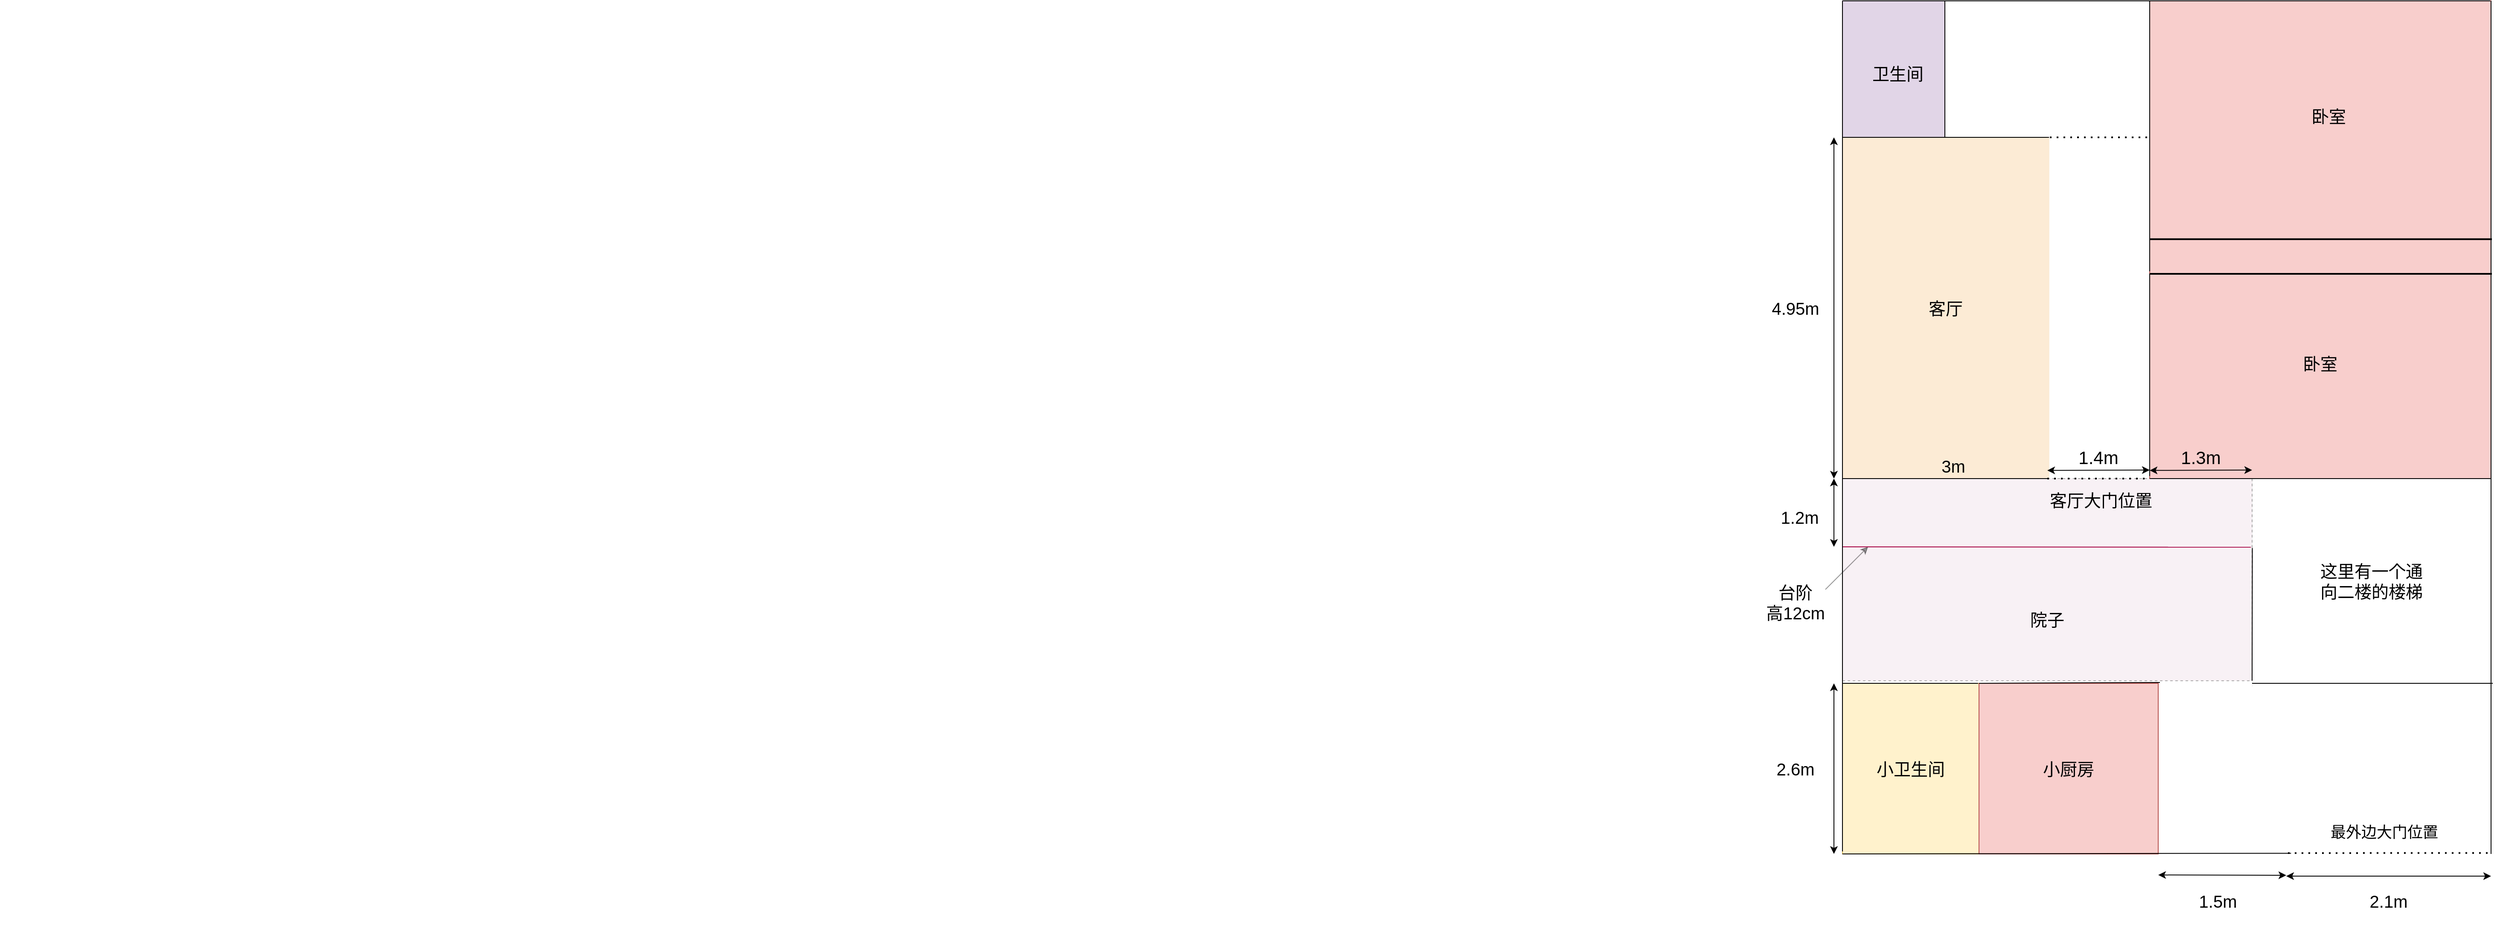
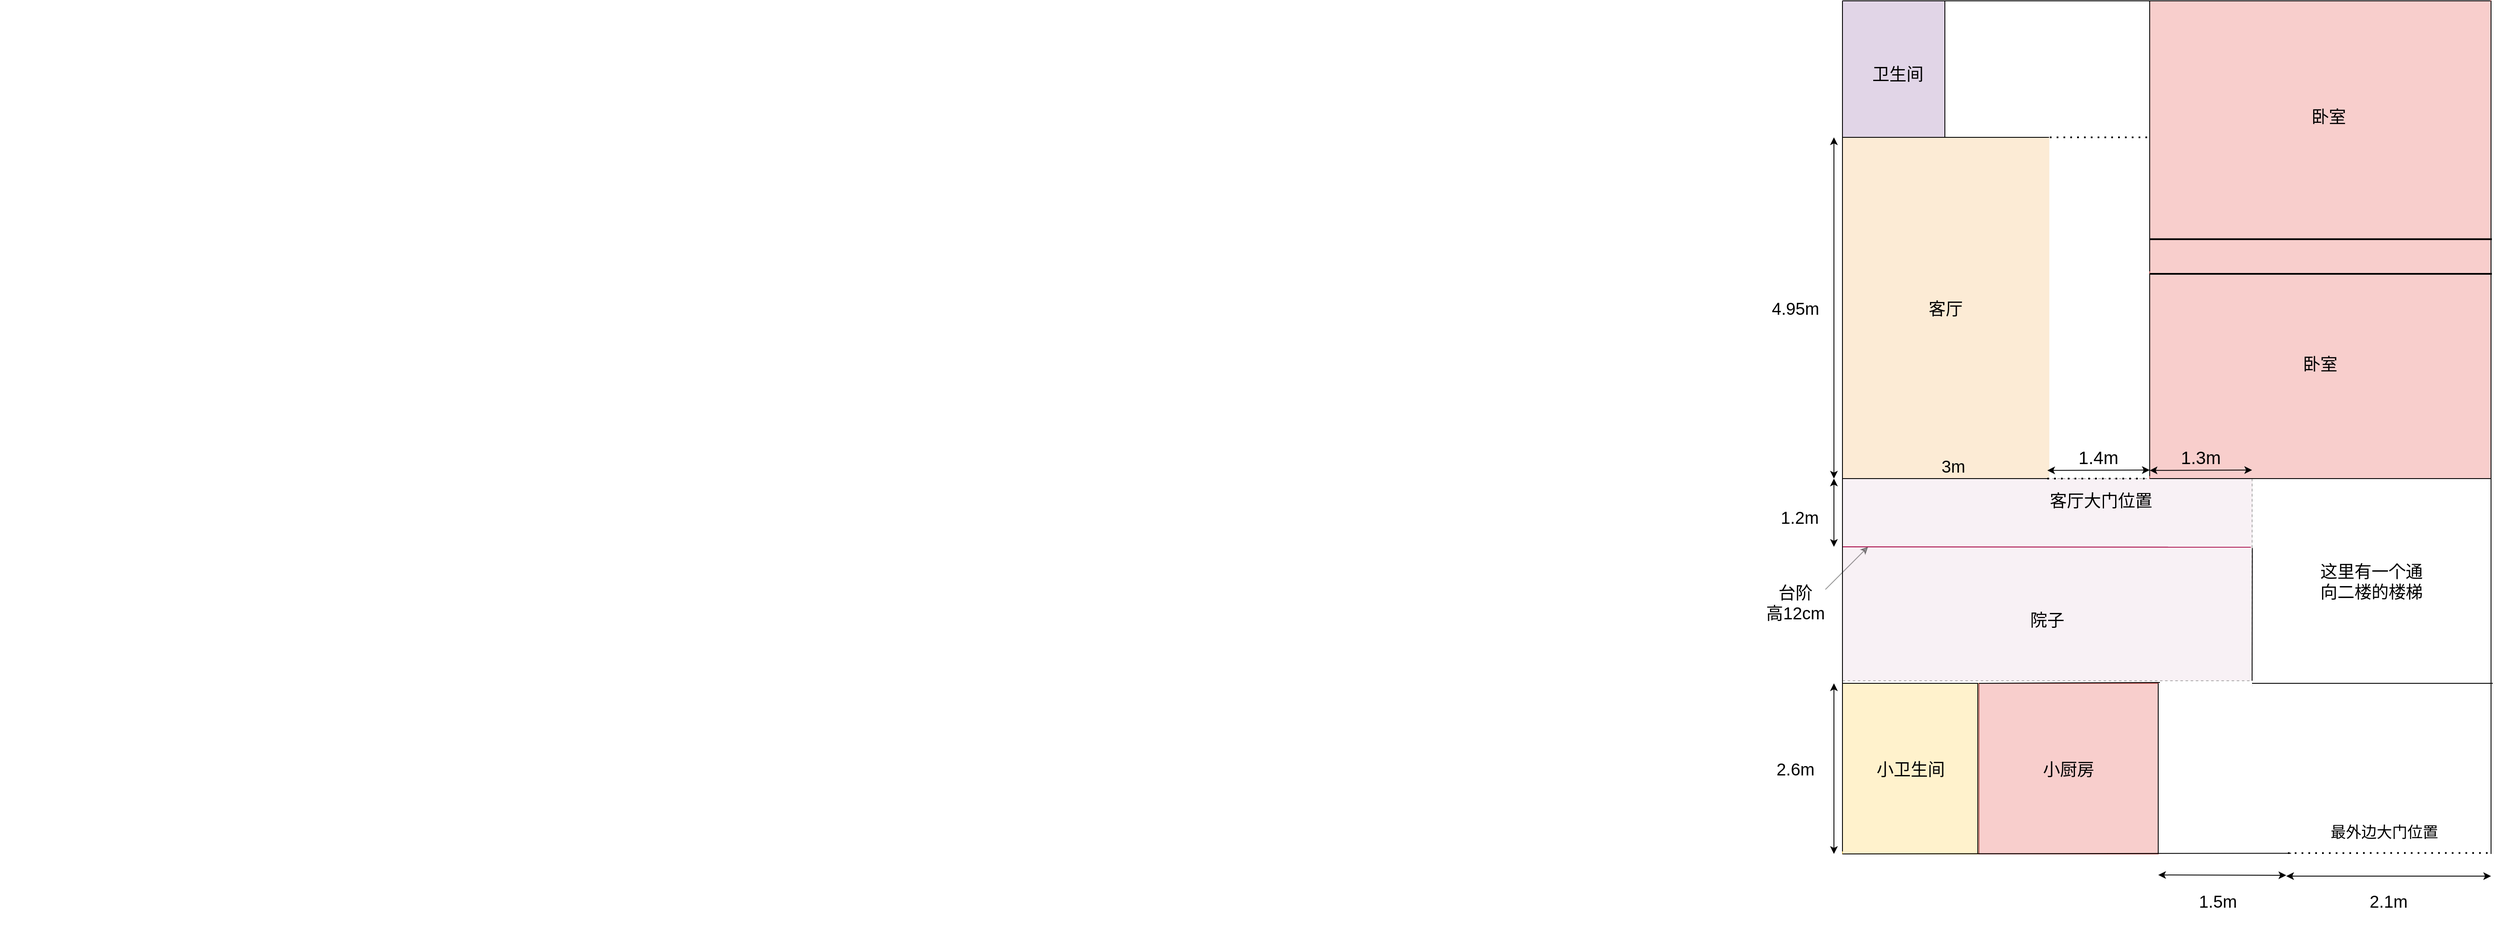
<mxfile host="app.diagrams.net">
  <diagram name="第 1 页" id="wZIuyqcNDYoyF_n4KTNo">
-     <mxGraphModel dx="5391" dy="1217" grid="1" gridSize="10" guides="1" tooltips="1" connect="1" arrows="1" fold="1" page="0" pageScale="1" pageWidth="827" pageHeight="1169" math="0" shadow="0">
+     <mxGraphModel dx="5391" dy="1217" grid="0" gridSize="10" guides="1" tooltips="1" connect="1" arrows="1" fold="1" page="0" pageScale="1" pageWidth="827" pageHeight="1169" math="0" shadow="0">
      <root>
        <mxCell id="0" />
        <mxCell id="1" parent="0" />
        <mxCell id="B6cJezgEDmUqJ-jPERdG-46" parent="1" style="rounded=0;whiteSpace=wrap;html=1;fillColor=#E6D0DE;opacity=30;dashed=1;" value="" vertex="1">
          <mxGeometry height="237" width="480" x="-712" y="593" as="geometry" />
        </mxCell>
        <mxCell id="B6cJezgEDmUqJ-jPERdG-32" parent="1" style="rounded=0;whiteSpace=wrap;html=1;fillColor=#f8cecc;strokeColor=#b85450;" value="" vertex="1">
          <mxGeometry height="560" width="400" x="-352" y="33" as="geometry" />
        </mxCell>
        <mxCell id="B6cJezgEDmUqJ-jPERdG-1" parent="1" style="whiteSpace=wrap;html=1;aspect=fixed;strokeColor=#A50040;opacity=0;fillColor=#d80073;fontColor=#ffffff;" value="" vertex="1">
          <mxGeometry height="1033" width="1033" x="-2870" y="90" as="geometry" />
        </mxCell>
        <mxCell id="B6cJezgEDmUqJ-jPERdG-2" parent="1" style="rounded=0;whiteSpace=wrap;html=1;fillColor=#dae8fc;strokeColor=#6c8ebf;opacity=0;" value="" vertex="1">
          <mxGeometry height="200" width="388" x="-340" y="833" as="geometry" />
        </mxCell>
        <mxCell id="B6cJezgEDmUqJ-jPERdG-4" parent="1" style="rounded=0;whiteSpace=wrap;html=1;fillColor=#fff2cc;strokeColor=#d6b656;" value="&lt;font style=&quot;font-size: 20px;&quot;&gt;小卫生间&lt;/font&gt;" vertex="1">
          <mxGeometry height="200" width="160" x="-712" y="833" as="geometry" />
        </mxCell>
        <mxCell id="B6cJezgEDmUqJ-jPERdG-5" parent="1" style="rounded=0;whiteSpace=wrap;html=1;fillColor=#f8cecc;strokeColor=#b85450;" value="" vertex="1">
          <mxGeometry height="200" width="210" x="-552" y="833" as="geometry" />
        </mxCell>
        <mxCell id="B6cJezgEDmUqJ-jPERdG-6" parent="1" style="text;html=1;whiteSpace=wrap;strokeColor=none;fillColor=none;align=center;verticalAlign=middle;rounded=0;" value="&lt;font style=&quot;font-size: 18px;&quot;&gt;最外边大门位置&lt;/font&gt;" vertex="1">
          <mxGeometry height="30" width="130" x="-142" y="993" as="geometry" />
        </mxCell>
        <mxCell id="B6cJezgEDmUqJ-jPERdG-7" parent="1" style="text;html=1;whiteSpace=wrap;strokeColor=none;fillColor=none;align=center;verticalAlign=middle;rounded=0;" value="&lt;font style=&quot;font-size: 20px;&quot;&gt;小厨房&lt;/font&gt;" vertex="1">
          <mxGeometry height="30" width="70" x="-482" y="918" as="geometry" />
        </mxCell>
        <mxCell id="B6cJezgEDmUqJ-jPERdG-8" parent="1" style="text;html=1;whiteSpace=wrap;strokeColor=none;fillColor=none;align=center;verticalAlign=middle;rounded=0;" value="&lt;font style=&quot;font-size: 20px;&quot;&gt;院子&lt;/font&gt;" vertex="1">
          <mxGeometry height="30" width="60" x="-502" y="743" as="geometry" />
        </mxCell>
        <mxCell id="B6cJezgEDmUqJ-jPERdG-9" edge="1" parent="1" style="endArrow=none;html=1;rounded=0;entryX=0.997;entryY=0.335;entryDx=0;entryDy=0;entryPerimeter=0;fillColor=#d80073;strokeColor=#A50040;" value="">
          <mxGeometry height="50" relative="1" width="50" as="geometry">
            <mxPoint x="-712" y="673" as="sourcePoint" />
            <mxPoint x="-233.44000000000005" y="673.3999999999999" as="targetPoint" />
          </mxGeometry>
        </mxCell>
        <mxCell id="B6cJezgEDmUqJ-jPERdG-10" edge="1" parent="1" style="endArrow=classic;html=1;rounded=0;opacity=40;" value="">
          <mxGeometry height="50" relative="1" width="50" as="geometry">
            <mxPoint x="-732" y="723" as="sourcePoint" />
            <mxPoint x="-682" y="673" as="targetPoint" />
          </mxGeometry>
        </mxCell>
        <mxCell id="B6cJezgEDmUqJ-jPERdG-11" parent="1" style="text;html=1;whiteSpace=wrap;strokeColor=none;fillColor=none;align=center;verticalAlign=middle;rounded=0;" value="&lt;font style=&quot;font-size: 20px;&quot;&gt;台阶&lt;/font&gt;&lt;div&gt;&lt;span style=&quot;font-size: 20px;&quot;&gt;高12cm&lt;/span&gt;&lt;/div&gt;" vertex="1">
          <mxGeometry height="30" width="90" x="-812" y="723" as="geometry" />
        </mxCell>
        <mxCell id="B6cJezgEDmUqJ-jPERdG-12" parent="1" style="text;html=1;whiteSpace=wrap;strokeColor=none;fillColor=none;align=center;verticalAlign=middle;rounded=0;" value="&lt;font style=&quot;font-size: 20px;&quot;&gt;1.2m&lt;/font&gt;" vertex="1">
          <mxGeometry height="30" width="60" x="-792" y="623" as="geometry" />
        </mxCell>
        <mxCell id="B6cJezgEDmUqJ-jPERdG-13" parent="1" style="rounded=0;whiteSpace=wrap;html=1;fillColor=#fad7ac;strokeColor=#b46504;strokeWidth=0;opacity=50;" value="&lt;font style=&quot;font-size: 20px;&quot;&gt;客厅&lt;/font&gt;" vertex="1">
          <mxGeometry height="400" width="242" x="-712" y="193" as="geometry" />
        </mxCell>
        <mxCell id="B6cJezgEDmUqJ-jPERdG-14" edge="1" parent="1" style="endArrow=none;html=1;rounded=0;entryX=1;entryY=0;entryDx=0;entryDy=0;strokeWidth=0;" value="">
          <mxGeometry height="50" relative="1" width="50" as="geometry">
            <mxPoint x="-352" y="593" as="sourcePoint" />
            <mxPoint x="-231.99999999999955" y="593" as="targetPoint" />
          </mxGeometry>
        </mxCell>
        <mxCell id="B6cJezgEDmUqJ-jPERdG-15" edge="1" parent="1" source="B6cJezgEDmUqJ-jPERdG-2" style="endArrow=none;html=1;rounded=0;exitX=0.278;exitY=0.019;exitDx=0;exitDy=0;strokeWidth=0;exitPerimeter=0;" value="">
          <mxGeometry height="50" relative="1" width="50" as="geometry">
            <mxPoint x="-282" y="643" as="sourcePoint" />
            <mxPoint x="-232" y="593" as="targetPoint" />
          </mxGeometry>
        </mxCell>
        <mxCell id="B6cJezgEDmUqJ-jPERdG-16" edge="1" parent="1" style="endArrow=none;html=1;rounded=0;exitX=0;exitY=0;exitDx=0;exitDy=0;strokeWidth=0;" value="">
          <mxGeometry height="50" relative="1" width="50" as="geometry">
            <mxPoint x="-712" y="833" as="sourcePoint" />
            <mxPoint x="-712" y="593" as="targetPoint" />
          </mxGeometry>
        </mxCell>
        <mxCell id="B6cJezgEDmUqJ-jPERdG-17" edge="1" parent="1" style="endArrow=none;dashed=1;html=1;dashPattern=1 3;strokeWidth=2;rounded=0;" value="">
          <mxGeometry height="50" relative="1" width="50" as="geometry">
            <mxPoint x="-472" y="593" as="sourcePoint" />
            <mxPoint x="-352" y="593" as="targetPoint" />
          </mxGeometry>
        </mxCell>
        <mxCell id="B6cJezgEDmUqJ-jPERdG-18" parent="1" style="text;html=1;whiteSpace=wrap;strokeColor=none;fillColor=none;align=center;verticalAlign=middle;rounded=0;" value="&lt;span style=&quot;font-size: 20px;&quot;&gt;客厅大门位置&lt;/span&gt;" vertex="1">
          <mxGeometry height="30" width="140" x="-479" y="603" as="geometry" />
        </mxCell>
        <mxCell id="B6cJezgEDmUqJ-jPERdG-19" parent="1" style="text;html=1;whiteSpace=wrap;strokeColor=none;fillColor=none;align=center;verticalAlign=middle;rounded=0;" value="&lt;font style=&quot;font-size: 20px;&quot;&gt;3m&lt;/font&gt;" vertex="1">
          <mxGeometry height="30" width="60" x="-612" y="563" as="geometry" />
        </mxCell>
        <mxCell id="B6cJezgEDmUqJ-jPERdG-20" parent="1" style="text;html=1;whiteSpace=wrap;strokeColor=none;fillColor=none;align=center;verticalAlign=middle;rounded=0;" value="&lt;font style=&quot;font-size: 21px;&quot;&gt;1.3m&lt;/font&gt;" vertex="1">
          <mxGeometry height="30" width="60" x="-322" y="553" as="geometry" />
        </mxCell>
        <mxCell id="B6cJezgEDmUqJ-jPERdG-23" edge="1" parent="1" style="endArrow=classic;startArrow=classic;html=1;rounded=0;" value="">
          <mxGeometry height="50" relative="1" width="50" as="geometry">
            <mxPoint x="-722" y="673" as="sourcePoint" />
            <mxPoint x="-722" y="593" as="targetPoint" />
          </mxGeometry>
        </mxCell>
        <mxCell id="B6cJezgEDmUqJ-jPERdG-24" edge="1" parent="1" style="endArrow=classic;startArrow=classic;html=1;rounded=0;exitX=0;exitY=1;exitDx=0;exitDy=0;" value="">
          <mxGeometry height="50" relative="1" width="50" as="geometry">
            <mxPoint x="-352" y="583.41" as="sourcePoint" />
            <mxPoint x="-232" y="583" as="targetPoint" />
          </mxGeometry>
        </mxCell>
        <mxCell id="B6cJezgEDmUqJ-jPERdG-25" edge="1" parent="1" style="endArrow=classic;startArrow=classic;html=1;rounded=0;" value="">
          <mxGeometry height="50" relative="1" width="50" as="geometry">
            <mxPoint x="-722" y="593" as="sourcePoint" />
            <mxPoint x="-722" y="193" as="targetPoint" />
          </mxGeometry>
        </mxCell>
        <mxCell id="B6cJezgEDmUqJ-jPERdG-26" parent="1" style="text;html=1;whiteSpace=wrap;strokeColor=none;fillColor=none;align=center;verticalAlign=middle;rounded=0;" value="&lt;font style=&quot;font-size: 20px;&quot;&gt;4.95m&lt;/font&gt;" vertex="1">
          <mxGeometry height="30" width="60" x="-797" y="378" as="geometry" />
        </mxCell>
        <mxCell id="B6cJezgEDmUqJ-jPERdG-27" edge="1" parent="1" style="endArrow=classic;startArrow=classic;html=1;rounded=0;exitX=0;exitY=1;exitDx=0;exitDy=0;" value="">
          <mxGeometry height="50" relative="1" width="50" as="geometry">
            <mxPoint x="-472" y="583.41" as="sourcePoint" />
            <mxPoint x="-352" y="583" as="targetPoint" />
          </mxGeometry>
        </mxCell>
        <mxCell id="B6cJezgEDmUqJ-jPERdG-28" parent="1" style="text;html=1;whiteSpace=wrap;strokeColor=none;fillColor=none;align=center;verticalAlign=middle;rounded=0;" value="&lt;font style=&quot;font-size: 21px;&quot;&gt;1.4m&lt;/font&gt;" vertex="1">
          <mxGeometry height="30" width="60" x="-442" y="553" as="geometry" />
        </mxCell>
        <mxCell id="B6cJezgEDmUqJ-jPERdG-29" edge="1" parent="1" style="endArrow=none;html=1;rounded=0;" value="">
          <mxGeometry height="50" relative="1" width="50" as="geometry">
            <mxPoint x="48" y="1033" as="sourcePoint" />
            <mxPoint x="48" y="833" as="targetPoint" />
          </mxGeometry>
        </mxCell>
        <mxCell id="B6cJezgEDmUqJ-jPERdG-34" parent="1" style="rounded=0;whiteSpace=wrap;html=1;fillColor=#e1d5e7;strokeColor=#9673a6;" value="" vertex="1">
          <mxGeometry height="160" width="120" x="-712" y="33" as="geometry" />
        </mxCell>
        <mxCell id="B6cJezgEDmUqJ-jPERdG-37" edge="1" parent="1" style="endArrow=none;dashed=1;html=1;dashPattern=1 3;strokeWidth=2;rounded=0;entryX=0;entryY=0;entryDx=0;entryDy=0;" value="">
          <mxGeometry height="50" relative="1" width="50" as="geometry">
            <mxPoint x="-190" y="1032" as="sourcePoint" />
            <mxPoint x="48" y="1031.82" as="targetPoint" />
          </mxGeometry>
        </mxCell>
        <mxCell id="B6cJezgEDmUqJ-jPERdG-39" parent="1" style="text;html=1;whiteSpace=wrap;strokeColor=none;fillColor=none;align=center;verticalAlign=middle;rounded=0;" value="&lt;font style=&quot;font-size: 20px;&quot;&gt;这里有一个通向二楼的楼梯&lt;/font&gt;" vertex="1">
          <mxGeometry height="30" width="130" x="-157" y="698" as="geometry" />
        </mxCell>
        <mxCell id="B6cJezgEDmUqJ-jPERdG-40" edge="1" parent="1" style="endArrow=none;html=1;strokeWidth=2;rounded=0;" value="">
          <mxGeometry height="50" relative="1" width="50" as="geometry">
            <mxPoint x="-352" y="353" as="sourcePoint" />
            <mxPoint x="49" y="353" as="targetPoint" />
          </mxGeometry>
        </mxCell>
        <mxCell id="B6cJezgEDmUqJ-jPERdG-41" edge="1" parent="1" style="endArrow=none;html=1;strokeWidth=2;rounded=0;" value="">
          <mxGeometry height="50" relative="1" width="50" as="geometry">
            <mxPoint x="-352" y="312.40999999999997" as="sourcePoint" />
            <mxPoint x="49" y="312.40999999999997" as="targetPoint" />
          </mxGeometry>
        </mxCell>
        <mxCell id="B6cJezgEDmUqJ-jPERdG-42" parent="1" style="text;html=1;whiteSpace=wrap;strokeColor=none;fillColor=none;align=center;verticalAlign=middle;rounded=0;" value="&lt;span style=&quot;font-size: 20px;&quot;&gt;卧室&lt;/span&gt;" vertex="1">
          <mxGeometry height="30" width="60" x="-182" y="443" as="geometry" />
        </mxCell>
        <mxCell id="B6cJezgEDmUqJ-jPERdG-43" parent="1" style="text;html=1;whiteSpace=wrap;strokeColor=none;fillColor=none;align=center;verticalAlign=middle;rounded=0;" value="&lt;span style=&quot;font-size: 20px;&quot;&gt;卧室&lt;/span&gt;" vertex="1">
          <mxGeometry height="30" width="60" x="-172" y="153" as="geometry" />
        </mxCell>
        <mxCell id="B6cJezgEDmUqJ-jPERdG-44" edge="1" parent="1" style="endArrow=none;dashed=1;html=1;dashPattern=1 3;strokeWidth=2;rounded=0;" value="">
          <mxGeometry height="50" relative="1" width="50" as="geometry">
            <mxPoint x="-469" y="193" as="sourcePoint" />
            <mxPoint x="-349" y="193" as="targetPoint" />
          </mxGeometry>
        </mxCell>
        <mxCell id="B6cJezgEDmUqJ-jPERdG-45" parent="1" style="text;html=1;whiteSpace=wrap;strokeColor=none;fillColor=none;align=center;verticalAlign=middle;rounded=0;" value="&lt;font style=&quot;font-size: 20px;&quot;&gt;卫生间&lt;/font&gt;" vertex="1">
          <mxGeometry height="30" width="70" x="-682" y="103" as="geometry" />
        </mxCell>
        <mxCell id="B6cJezgEDmUqJ-jPERdG-47" edge="1" parent="1" style="endArrow=classic;startArrow=classic;html=1;rounded=0;" value="">
          <mxGeometry height="50" relative="1" width="50" as="geometry">
            <mxPoint x="-722" y="1033" as="sourcePoint" />
            <mxPoint x="-722" y="833" as="targetPoint" />
          </mxGeometry>
        </mxCell>
        <mxCell id="B6cJezgEDmUqJ-jPERdG-48" parent="1" style="text;html=1;whiteSpace=wrap;strokeColor=none;fillColor=none;align=center;verticalAlign=middle;rounded=0;" value="&lt;font style=&quot;font-size: 20px;&quot;&gt;2.6m&lt;/font&gt;" vertex="1">
          <mxGeometry height="30" width="60" x="-797" y="918" as="geometry" />
        </mxCell>
        <mxCell id="B6cJezgEDmUqJ-jPERdG-49" edge="1" parent="1" style="endArrow=classic;startArrow=classic;html=1;rounded=0;" value="">
          <mxGeometry height="50" relative="1" width="50" as="geometry">
            <mxPoint x="-342" y="1057.6599999999999" as="sourcePoint" />
            <mxPoint x="-192" y="1058" as="targetPoint" />
          </mxGeometry>
        </mxCell>
        <mxCell id="B6cJezgEDmUqJ-jPERdG-50" parent="1" style="text;html=1;whiteSpace=wrap;strokeColor=none;fillColor=none;align=center;verticalAlign=middle;rounded=0;" value="&lt;font style=&quot;font-size: 20px;&quot;&gt;1.5m&lt;/font&gt;" vertex="1">
          <mxGeometry height="30" width="60" x="-302" y="1073" as="geometry" />
        </mxCell>
        <mxCell id="B6cJezgEDmUqJ-jPERdG-51" edge="1" parent="1" style="endArrow=classic;startArrow=classic;html=1;rounded=0;" value="">
          <mxGeometry height="50" relative="1" width="50" as="geometry">
            <mxPoint x="-192" y="1059" as="sourcePoint" />
            <mxPoint x="48" y="1059" as="targetPoint" />
          </mxGeometry>
        </mxCell>
        <mxCell id="B6cJezgEDmUqJ-jPERdG-52" parent="1" style="text;html=1;whiteSpace=wrap;strokeColor=none;fillColor=none;align=center;verticalAlign=middle;rounded=0;" value="&lt;font style=&quot;font-size: 20px;&quot;&gt;2.1m&lt;/font&gt;" vertex="1">
          <mxGeometry height="30" width="60" x="-102" y="1073" as="geometry" />
        </mxCell>
        <mxCell id="PCjKG6IYBWH_yHh-pePv-1" edge="1" parent="1" style="endArrow=none;html=1;rounded=0;" value="">
          <mxGeometry height="50" relative="1" width="50" as="geometry">
            <mxPoint x="48" y="1030" as="sourcePoint" />
            <mxPoint x="48" y="33" as="targetPoint" />
          </mxGeometry>
        </mxCell>
        <mxCell id="PCjKG6IYBWH_yHh-pePv-2" edge="1" parent="1" style="endArrow=none;html=1;rounded=0;" value="">
          <mxGeometry height="50" relative="1" width="50" as="geometry">
            <mxPoint x="-712" y="1030" as="sourcePoint" />
            <mxPoint x="-712" y="33.5" as="targetPoint" />
          </mxGeometry>
        </mxCell>
        <mxCell id="PCjKG6IYBWH_yHh-pePv-3" edge="1" parent="1" style="endArrow=none;html=1;rounded=0;" value="">
          <mxGeometry height="50" relative="1" width="50" as="geometry">
            <mxPoint x="-712" y="33" as="sourcePoint" />
            <mxPoint x="47" y="33" as="targetPoint" />
          </mxGeometry>
        </mxCell>
        <mxCell id="PCjKG6IYBWH_yHh-pePv-4" edge="1" parent="1" style="endArrow=none;html=1;rounded=0;entryX=0.396;entryY=0.996;entryDx=0;entryDy=0;entryPerimeter=0;" target="B6cJezgEDmUqJ-jPERdG-2" value="">
          <mxGeometry height="50" relative="1" width="50" as="geometry">
            <mxPoint x="-712" y="1033" as="sourcePoint" />
            <mxPoint x="-662" y="983" as="targetPoint" />
          </mxGeometry>
        </mxCell>
        <mxCell id="PCjKG6IYBWH_yHh-pePv-5" edge="1" parent="1" style="endArrow=none;html=1;rounded=0;entryX=0.331;entryY=1;entryDx=0;entryDy=0;entryPerimeter=0;" value="">
          <mxGeometry height="50" relative="1" width="50" as="geometry">
            <mxPoint x="-712" y="833" as="sourcePoint" />
            <mxPoint x="-553.1199999999999" y="833" as="targetPoint" />
          </mxGeometry>
        </mxCell>
        <mxCell id="PCjKG6IYBWH_yHh-pePv-6" edge="1" parent="1" style="endArrow=none;html=1;rounded=0;" value="">
          <mxGeometry height="50" relative="1" width="50" as="geometry">
            <mxPoint x="-552" y="832.96" as="sourcePoint" />
            <mxPoint x="-340" y="832" as="targetPoint" />
          </mxGeometry>
        </mxCell>
        <mxCell id="PCjKG6IYBWH_yHh-pePv-7" edge="1" parent="1" source="B6cJezgEDmUqJ-jPERdG-34" style="endArrow=none;html=1;rounded=0;exitX=1;exitY=1;exitDx=0;exitDy=0;" value="">
          <mxGeometry height="50" relative="1" width="50" as="geometry">
            <mxPoint x="-642" y="83" as="sourcePoint" />
            <mxPoint x="-592" y="33" as="targetPoint" />
          </mxGeometry>
        </mxCell>
        <mxCell id="PCjKG6IYBWH_yHh-pePv-8" edge="1" parent="1" source="B6cJezgEDmUqJ-jPERdG-32" style="endArrow=none;html=1;rounded=0;exitX=0;exitY=0.5;exitDx=0;exitDy=0;" value="">
          <mxGeometry height="50" relative="1" width="50" as="geometry">
            <mxPoint x="-402" y="83" as="sourcePoint" />
            <mxPoint x="-352" y="33" as="targetPoint" />
          </mxGeometry>
        </mxCell>
        <mxCell id="PCjKG6IYBWH_yHh-pePv-9" edge="1" parent="1" style="endArrow=none;html=1;rounded=0;" value="">
          <mxGeometry height="50" relative="1" width="50" as="geometry">
            <mxPoint x="-352" y="590" as="sourcePoint" />
            <mxPoint x="-352" y="353" as="targetPoint" />
          </mxGeometry>
        </mxCell>
        <mxCell id="PCjKG6IYBWH_yHh-pePv-10" edge="1" parent="1" style="endArrow=none;html=1;rounded=0;entryX=1;entryY=0;entryDx=0;entryDy=0;" target="B6cJezgEDmUqJ-jPERdG-13" value="">
          <mxGeometry height="50" relative="1" width="50" as="geometry">
            <mxPoint x="-712" y="193" as="sourcePoint" />
            <mxPoint x="-662" y="143" as="targetPoint" />
          </mxGeometry>
        </mxCell>
        <mxCell id="PCjKG6IYBWH_yHh-pePv-11" edge="1" parent="1" style="endArrow=none;html=1;rounded=0;" value="">
          <mxGeometry height="50" relative="1" width="50" as="geometry">
            <mxPoint x="-232" y="833" as="sourcePoint" />
            <mxPoint x="50" y="833" as="targetPoint" />
          </mxGeometry>
        </mxCell>
        <mxCell id="PCjKG6IYBWH_yHh-pePv-12" edge="1" parent="1" style="endArrow=none;html=1;rounded=0;entryX=1;entryY=1;entryDx=0;entryDy=0;" target="B6cJezgEDmUqJ-jPERdG-13" value="">
          <mxGeometry height="50" relative="1" width="50" as="geometry">
            <mxPoint x="-712" y="593" as="sourcePoint" />
            <mxPoint x="-662" y="543" as="targetPoint" />
          </mxGeometry>
        </mxCell>
        <mxCell id="PCjKG6IYBWH_yHh-pePv-13" edge="1" parent="1" style="endArrow=none;html=1;rounded=0;entryX=1;entryY=1;entryDx=0;entryDy=0;" target="B6cJezgEDmUqJ-jPERdG-32" value="">
          <mxGeometry height="50" relative="1" width="50" as="geometry">
            <mxPoint x="-352" y="593" as="sourcePoint" />
            <mxPoint x="-110" y="593" as="targetPoint" />
          </mxGeometry>
        </mxCell>
        <mxCell id="PCjKG6IYBWH_yHh-pePv-14" edge="1" parent="1" style="endArrow=none;html=1;rounded=0;exitX=0.275;exitY=0.013;exitDx=0;exitDy=0;exitPerimeter=0;" value="">
          <mxGeometry height="50" relative="1" width="50" as="geometry">
            <mxPoint x="-232.00000000000017" y="829.9999999999999" as="sourcePoint" />
            <mxPoint x="-231.7" y="674.4" as="targetPoint" />
          </mxGeometry>
        </mxCell>
        <mxCell id="PCjKG6IYBWH_yHh-pePv-16" edge="1" parent="1" style="endArrow=none;html=1;rounded=0;" value="">
          <mxGeometry height="50" relative="1" width="50" as="geometry">
            <mxPoint x="-352" y="350" as="sourcePoint" />
            <mxPoint x="-352" y="310" as="targetPoint" />
          </mxGeometry>
        </mxCell>
+         <mxCell id="PCjKG6IYBWH_yHh-pePv-18" edge="1" parent="1" style="endArrow=none;html=1;rounded=0;" value="">
+           <mxGeometry height="50" relative="1" width="50" as="geometry">
+             <mxPoint x="-342" y="1033" as="sourcePoint" />
+             <mxPoint x="-342" y="833" as="targetPoint" />
+           </mxGeometry>
+         </mxCell>
+         <mxCell id="PCjKG6IYBWH_yHh-pePv-19" edge="1" parent="1" style="endArrow=none;html=1;rounded=0;" value="">
+           <mxGeometry height="50" relative="1" width="50" as="geometry">
+             <mxPoint x="-553.4300000000001" y="1033" as="sourcePoint" />
+             <mxPoint x="-553.4300000000001" y="833" as="targetPoint" />
+           </mxGeometry>
+         </mxCell>
      </root>
    </mxGraphModel>
  </diagram>
</mxfile>
